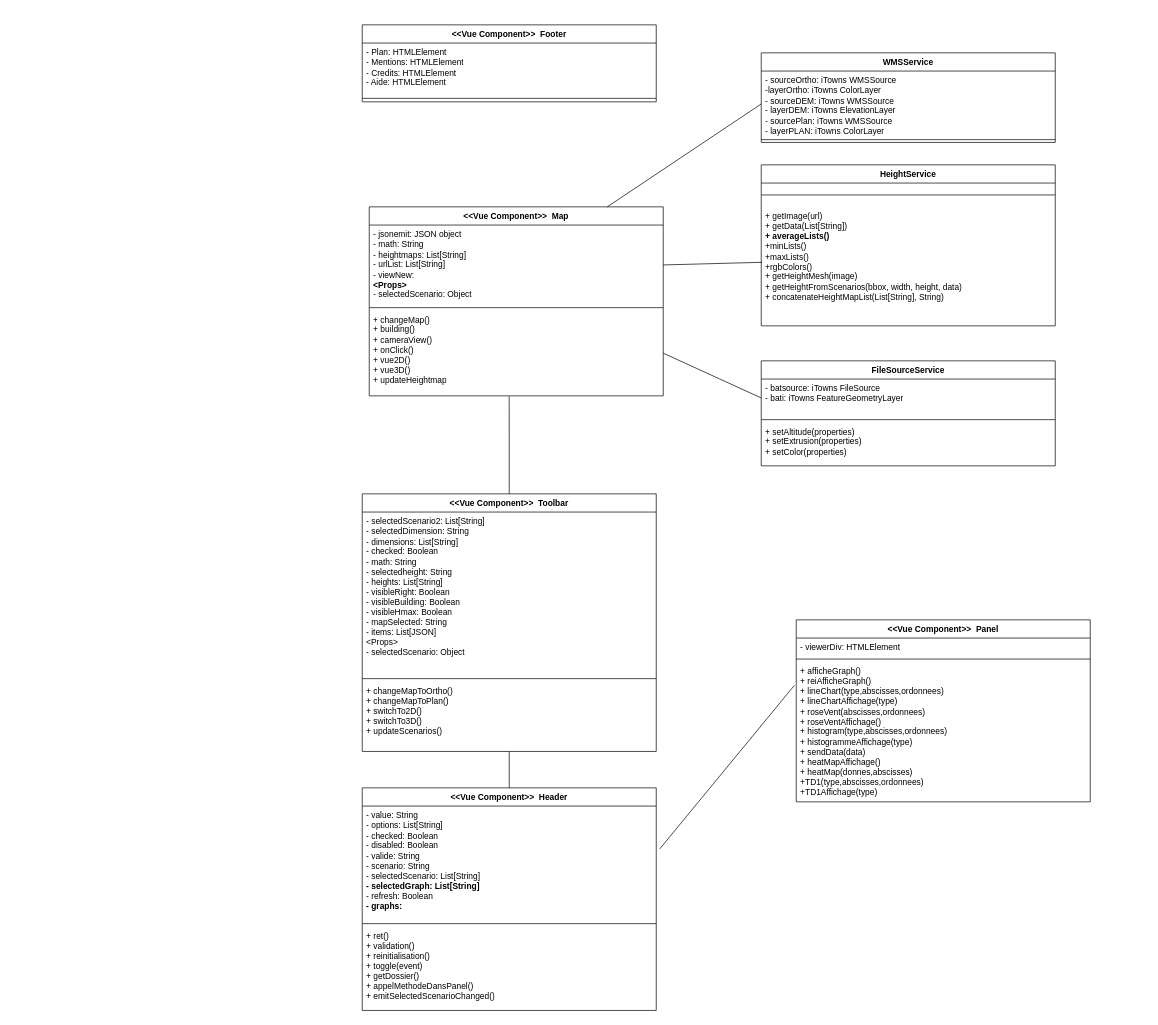
This is page "diagramme_classe" (1 of 8) of UML_diagrams.drawio from IlonaBaran/oracles, a draw.io file, before an edit. Source tidied: cells renumbered, new cells numbered last; positions are measured from the earlier drawing's top-left corner, leaving out a move shared by most shapes. Both pictures are drawn from the tidied source at 70%, with x=0, y=0 at pixel (362, 24).
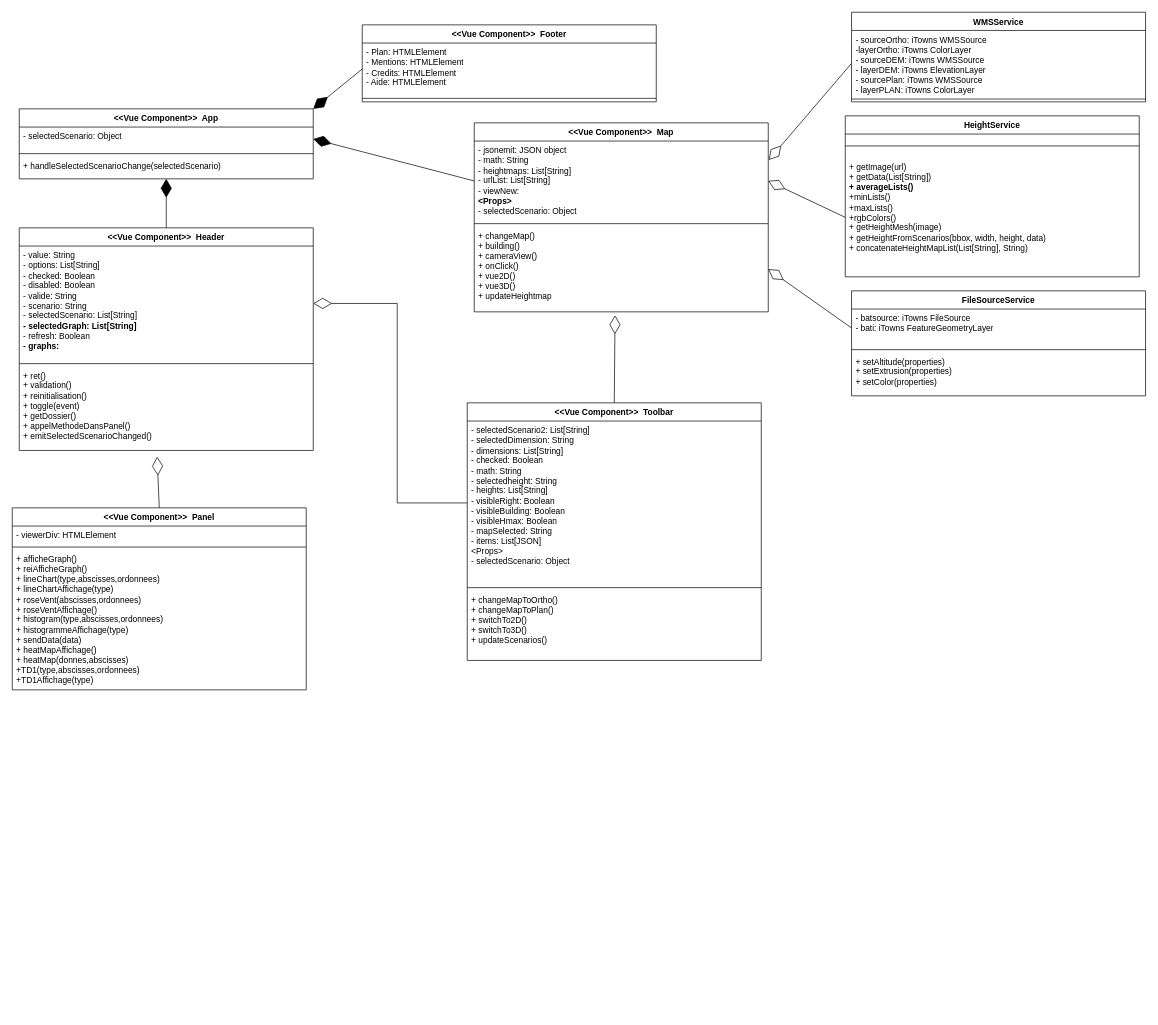
After the change.

Unchanged cells that the change refers to:
```xml
<mxCell id="3" value="- Plan: HTMLElement&lt;br&gt;- Mentions: HTMLElement&lt;br&gt;- Credits: HTMLElement&lt;br&gt;- Aide: HTMLElement" style="text;strokeColor=none;fillColor=none;align=left;verticalAlign=top;spacingLeft=4;spacingRight=4;overflow=hidden;points=[[0,0.5],[1,0.5]];portConstraint=eastwest;whiteSpace=wrap;html=1;" parent="2" vertex="1">
  <mxGeometry y="26" width="420" height="74" as="geometry" />
</mxCell>
<mxCell id="6" value="- value: String&lt;br&gt;- options: List[String]&lt;br&gt;- checked: Boolean&lt;br&gt;- disabled: Boolean&lt;br&gt;- valide: String&lt;br&gt;- scenario: String&lt;br&gt;- selectedScenario: List[String]&lt;br&gt;&lt;b&gt;- selectedGraph: List[String]&lt;br&gt;&lt;/b&gt;- refresh: Boolean&lt;br&gt;&lt;b&gt;- graphs:&amp;nbsp;&lt;/b&gt;" style="text;strokeColor=none;fillColor=none;align=left;verticalAlign=top;spacingLeft=4;spacingRight=4;overflow=hidden;points=[[0,0.5],[1,0.5]];portConstraint=eastwest;whiteSpace=wrap;html=1;" parent="5" vertex="1">
  <mxGeometry y="26" width="420" height="164" as="geometry" />
</mxCell>
<mxCell id="8" value="+ ret()&lt;br&gt;+ validation()&lt;br&gt;+ reinitialisation()&lt;br&gt;+ toggle(event)&lt;br&gt;+ getDossier()&lt;br&gt;+ appelMethodeDansPanel()&lt;br&gt;+ emitSelectedScenarioChanged()" style="text;strokeColor=none;fillColor=none;align=left;verticalAlign=top;spacingLeft=4;spacingRight=4;overflow=hidden;points=[[0,0.5],[1,0.5]];portConstraint=eastwest;whiteSpace=wrap;html=1;" parent="5" vertex="1">
  <mxGeometry y="198" width="420" height="120" as="geometry" />
</mxCell>
<mxCell id="10" value="- jsonemit: JSON object&lt;br&gt;- math: String&lt;br&gt;- heightmaps: List[String]&lt;br&gt;- urlList: List[String]&lt;br&gt;- viewNew:&lt;br&gt;&lt;b&gt;&amp;lt;Props&amp;gt;&lt;br&gt;&lt;/b&gt;- selectedScenario: Object" style="text;strokeColor=none;fillColor=none;align=left;verticalAlign=top;spacingLeft=4;spacingRight=4;overflow=hidden;points=[[0,0.5],[1,0.5]];portConstraint=eastwest;whiteSpace=wrap;html=1;" parent="9" vertex="1">
  <mxGeometry y="26" width="420" height="114" as="geometry" />
</mxCell>
<mxCell id="12" value="+ changeMap()&lt;br&gt;+ building()&lt;br&gt;+ cameraView()&lt;br&gt;+ onClick()&lt;br&gt;+ vue2D()&lt;br&gt;+ vue3D()&lt;br&gt;+ updateHeightmap" style="text;strokeColor=none;fillColor=none;align=left;verticalAlign=top;spacingLeft=4;spacingRight=4;overflow=hidden;points=[[0,0.5],[1,0.5]];portConstraint=eastwest;whiteSpace=wrap;html=1;" parent="9" vertex="1">
  <mxGeometry y="148" width="420" height="122" as="geometry" />
</mxCell>
<mxCell id="16" value="+ afficheGraph()&lt;br&gt;+ reiAfficheGraph()&lt;br&gt;+ lineChart(type,abscisses,ordonnees)&lt;br&gt;+ lineChartAffichage(type)&lt;br&gt;+ roseVent(abscisses,ordonnees)&lt;br&gt;+ roseVentAffichage()&lt;br&gt;+ histogram(type,abscisses,ordonnees)&lt;br&gt;+ histogrammeAffichage(type)&lt;br&gt;+ sendData(data)&lt;br&gt;+ heatMapAffichage()&lt;br&gt;+ heatMap(donnes,abscisses)&lt;br&gt;+TD1(type,abscisses,ordonnees)&lt;br&gt;+TD1Affichage(type)" style="text;strokeColor=none;fillColor=none;align=left;verticalAlign=top;spacingLeft=4;spacingRight=4;overflow=hidden;points=[[0,0.5],[1,0.5]];portConstraint=eastwest;whiteSpace=wrap;html=1;" parent="13" vertex="1">
  <mxGeometry y="60" width="420" height="200" as="geometry" />
</mxCell>
<mxCell id="18" value="- selectedScenario2: List[String]&lt;br&gt;- selectedDimension: String&lt;br&gt;- dimensions: List[String]&lt;br&gt;- checked: Boolean&lt;br&gt;- math: String&lt;br&gt;- selectedheight: String&lt;br&gt;- heights: List[String]&lt;br&gt;- visibleRight: Boolean&lt;br&gt;- visibleBuilding: Boolean&lt;br&gt;- visibleHmax: Boolean&lt;br&gt;- mapSelected: String&lt;br&gt;- items: List[JSON]&lt;br&gt;&amp;lt;Props&amp;gt;&lt;br&gt;- selectedScenario: Object" style="text;strokeColor=none;fillColor=none;align=left;verticalAlign=top;spacingLeft=4;spacingRight=4;overflow=hidden;points=[[0,0.5],[1,0.5]];portConstraint=eastwest;whiteSpace=wrap;html=1;" parent="17" vertex="1">
  <mxGeometry y="26" width="420" height="234" as="geometry" />
</mxCell>
<mxCell id="20" value="+ changeMapToOrtho()&lt;br&gt;+ changeMapToPlan()&lt;br&gt;+ switchTo2D()&lt;br&gt;+ switchTo3D()&lt;br&gt;+ updateScenarios()" style="text;strokeColor=none;fillColor=none;align=left;verticalAlign=top;spacingLeft=4;spacingRight=4;overflow=hidden;points=[[0,0.5],[1,0.5]];portConstraint=eastwest;whiteSpace=wrap;html=1;" parent="17" vertex="1">
  <mxGeometry y="268" width="420" height="100" as="geometry" />
</mxCell>
<mxCell id="22" value="- batsource: iTowns FileSource&amp;nbsp;&lt;br&gt;- bati: iTowns FeatureGeometryLayer" style="text;strokeColor=none;fillColor=none;align=left;verticalAlign=top;spacingLeft=4;spacingRight=4;overflow=hidden;points=[[0,0.5],[1,0.5]];portConstraint=eastwest;whiteSpace=wrap;html=1;" parent="21" vertex="1">
  <mxGeometry y="26" width="420" height="54" as="geometry" />
</mxCell>
<mxCell id="26" value="- sourceOrtho: iTowns WMSSource&lt;br&gt;-layerOrtho: iTowns ColorLayer&lt;br&gt;- sourceDEM: iTowns WMSSource&lt;br&gt;- layerDEM: iTowns ElevationLayer&lt;br&gt;- sourcePlan: iTowns WMSSource&lt;br&gt;- layerPLAN: iTowns ColorLayer" style="text;strokeColor=none;fillColor=none;align=left;verticalAlign=top;spacingLeft=4;spacingRight=4;overflow=hidden;points=[[0,0.5],[1,0.5]];portConstraint=eastwest;whiteSpace=wrap;html=1;" parent="25" vertex="1">
  <mxGeometry y="26" width="420" height="94" as="geometry" />
</mxCell>
<mxCell id="30" value="+ getImage(url)&lt;br&gt;+ getData(List[String])&lt;br&gt;&lt;b&gt;+ averageLists()&lt;br&gt;&lt;/b&gt;+minLists()&lt;br&gt;+maxLists()&lt;br&gt;+rgbColors()&lt;br&gt;+ getHeightMesh(image)&lt;br&gt;+ getHeightFromScenarios(bbox, width, height, data)&lt;br&gt;+ concatenateHeightMapList(List[String], String)" style="text;strokeColor=none;fillColor=none;align=left;verticalAlign=top;spacingLeft=4;spacingRight=4;overflow=hidden;points=[[0,0.5],[1,0.5]];portConstraint=eastwest;whiteSpace=wrap;html=1;" parent="28" vertex="1">
  <mxGeometry y="60" width="420" height="170" as="geometry" />
</mxCell>
```

Change to the diagram source:
```diff
@@
     <mxCell id="5" value="&amp;lt;&amp;lt;Vue Component&amp;gt;&amp;gt;&amp;nbsp; Header" style="swimlane;fontStyle=1;align=center;verticalAlign=top;horizontal=1;startSize=26;whiteSpace=wrap;html=1;" parent="1" vertex="1">
-      <mxGeometry y="1090" width="420" height="318" as="geometry" />
+      <mxGeometry x="-490" y="290" width="420" height="318" as="geometry" />
     </mxCell>
@@
     <mxCell id="9" value="&amp;lt;&amp;lt;Vue Component&amp;gt;&amp;gt;&amp;nbsp; Map" style="swimlane;fontStyle=1;align=center;verticalAlign=top;horizontal=1;startSize=26;whiteSpace=wrap;html=1;" parent="1" vertex="1">
-      <mxGeometry x="10" y="260" width="420" height="270" as="geometry" />
+      <mxGeometry x="160" y="140" width="420" height="270" as="geometry" />
     </mxCell>
@@
     <mxCell id="13" value="&amp;lt;&amp;lt;Vue Component&amp;gt;&amp;gt;&amp;nbsp; Panel" style="swimlane;fontStyle=1;align=center;verticalAlign=top;horizontal=1;startSize=26;whiteSpace=wrap;html=1;" parent="1" vertex="1">
-      <mxGeometry x="620" y="850" width="420" height="260" as="geometry" />
+      <mxGeometry x="-500" y="690" width="420" height="260" as="geometry" />
     </mxCell>
@@
     <mxCell id="17" value="&amp;lt;&amp;lt;Vue Component&amp;gt;&amp;gt;&amp;nbsp; Toolbar" style="swimlane;fontStyle=1;align=center;verticalAlign=top;horizontal=1;startSize=26;whiteSpace=wrap;html=1;" parent="1" vertex="1">
-      <mxGeometry y="670" width="420" height="368" as="geometry" />
+      <mxGeometry x="150" y="540" width="420" height="368" as="geometry" />
     </mxCell>
@@
     <mxCell id="21" value="FileSourceService" style="swimlane;fontStyle=1;align=center;verticalAlign=top;horizontal=1;startSize=26;whiteSpace=wrap;html=1;" parent="1" vertex="1">
-      <mxGeometry x="570" y="480" width="420" height="150" as="geometry" />
+      <mxGeometry x="699" y="380" width="420" height="150" as="geometry" />
     </mxCell>
@@
     <mxCell id="25" value="WMSService" style="swimlane;fontStyle=1;align=center;verticalAlign=top;horizontal=1;startSize=26;whiteSpace=wrap;html=1;" parent="1" vertex="1">
-      <mxGeometry x="570" y="40" width="420" height="128" as="geometry" />
+      <mxGeometry x="699" y="-18" width="420" height="128" as="geometry" />
     </mxCell>
@@
     <mxCell id="28" value="HeightService" style="swimlane;fontStyle=1;align=center;verticalAlign=top;horizontal=1;startSize=26;whiteSpace=wrap;html=1;" parent="1" vertex="1">
-      <mxGeometry x="570" y="200" width="420" height="230" as="geometry" />
+      <mxGeometry x="690" y="130" width="420" height="230" as="geometry" />
     </mxCell>
@@
-    <mxCell id="31" style="endArrow=none;html=1;rounded=0;entryX=0;entryY=0.5;entryDx=0;entryDy=0;" parent="1" edge="1" target="26">
-      <mxGeometry relative="1" as="geometry">
-        <mxPoint x="350" y="260" as="sourcePoint" />
-      </mxGeometry>
-    </mxCell>
-    <mxCell id="32" style="endArrow=none;html=1;rounded=0;exitX=1;exitY=0.5;exitDx=0;exitDy=0;entryX=0.003;entryY=0.466;entryDx=0;entryDy=0;entryPerimeter=0;" parent="1" edge="1" source="10" target="30">
-      <mxGeometry relative="1" as="geometry" />
-    </mxCell>
-    <mxCell id="33" style="endArrow=none;html=1;rounded=0;exitX=1;exitY=0.5;exitDx=0;exitDy=0;entryX=0;entryY=0.5;entryDx=0;entryDy=0;" parent="1" edge="1" source="12" target="22">
-      <mxGeometry relative="1" as="geometry" />
-    </mxCell>
-    <mxCell id="34" style="endArrow=none;html=1;rounded=0;exitX=1.012;exitY=0.373;exitDx=0;exitDy=0;exitPerimeter=0;entryX=-0.006;entryY=0.167;entryDx=0;entryDy=0;entryPerimeter=0;" parent="1" edge="1" source="6" target="16">
-      <mxGeometry relative="1" as="geometry" />
-    </mxCell>
-    <mxCell id="35" style="endArrow=none;html=1;rounded=0;exitX=0.5;exitY=0;exitDx=0;exitDy=0;" parent="1" edge="1" source="5" target="20">
-      <mxGeometry relative="1" as="geometry" />
-    </mxCell>
+    <mxCell id="37" value="&amp;lt;&amp;lt;Vue Component&amp;gt;&amp;gt;&amp;nbsp; App" style="swimlane;fontStyle=1;align=center;verticalAlign=top;horizontal=1;startSize=26;whiteSpace=wrap;html=1;" parent="1" vertex="1">
+      <mxGeometry x="-490" y="120" width="420" height="100" as="geometry" />
+    </mxCell>
+    <mxCell id="38" value="- selectedScenario: Object" style="text;strokeColor=none;fillColor=none;align=left;verticalAlign=top;spacingLeft=4;spacingRight=4;overflow=hidden;points=[[0,0.5],[1,0.5]];portConstraint=eastwest;whiteSpace=wrap;html=1;" parent="37" vertex="1">
+      <mxGeometry y="26" width="420" height="34" as="geometry" />
+    </mxCell>
+    <mxCell id="39" style="line;strokeWidth=1;fillColor=none;align=left;verticalAlign=middle;spacingTop=-1;spacingLeft=3;spacingRight=3;labelPosition=right;strokeColor=inherit;" parent="37" vertex="1">
+      <mxGeometry y="60" width="420" height="8" as="geometry" />
+    </mxCell>
+    <mxCell id="40" value="+ handleSelectedScenarioChange(selectedScenario)" style="text;strokeColor=none;fillColor=none;align=left;verticalAlign=top;spacingLeft=4;spacingRight=4;overflow=hidden;points=[[0,0.5],[1,0.5]];portConstraint=eastwest;whiteSpace=wrap;html=1;" parent="37" vertex="1">
+      <mxGeometry y="68" width="420" height="32" as="geometry" />
+    </mxCell>
+    <mxCell id="41" style="endArrow=diamondThin;endFill=1;endSize=24;html=1;rounded=0;entryX=1;entryY=0;entryDx=0;entryDy=0;exitX=0;exitY=0.5;exitDx=0;exitDy=0;" parent="1" edge="1" source="3" target="37">
+      <mxGeometry relative="1" as="geometry" />
+    </mxCell>
+    <mxCell id="42" style="endArrow=diamondThin;endFill=1;endSize=24;html=1;rounded=0;entryX=1;entryY=0.5;entryDx=0;entryDy=0;exitX=0;exitY=0.5;exitDx=0;exitDy=0;" parent="1" edge="1" source="10" target="38">
+      <mxGeometry relative="1" as="geometry" />
+    </mxCell>
+    <mxCell id="43" style="endArrow=diamondThin;endFill=1;endSize=24;html=1;rounded=0;exitX=0.5;exitY=0;exitDx=0;exitDy=0;" parent="1" edge="1" source="5" target="40">
+      <mxGeometry relative="1" as="geometry" />
+    </mxCell>
+    <mxCell id="44" style="endArrow=diamondThin;endFill=0;endSize=24;html=1;rounded=0;entryX=1;entryY=0.5;entryDx=0;entryDy=0;exitX=0;exitY=0.5;exitDx=0;exitDy=0;" parent="1" edge="1" source="18" target="6">
+      <mxGeometry relative="1" as="geometry">
+        <Array as="points">
+          <mxPoint x="50" y="683" />
+          <mxPoint x="50" y="398" />
+        </Array>
+      </mxGeometry>
+    </mxCell>
-    <mxCell id="36" style="endArrow=none;html=1;rounded=0;exitX=0.5;exitY=0;exitDx=0;exitDy=0;entryX=0.476;entryY=1.006;entryDx=0;entryDy=0;entryPerimeter=0;" parent="1" edge="1" source="17" target="12">
+    <mxCell id="36" style="endArrow=diamondThin;endFill=0;endSize=24;html=1;rounded=0;exitX=0.5;exitY=0;exitDx=0;exitDy=0;entryX=0.479;entryY=1.041;entryDx=0;entryDy=0;entryPerimeter=0;" parent="1" edge="1" source="17" target="12">
       <mxGeometry relative="1" as="geometry" />
     </mxCell>
+    <mxCell id="45" style="endArrow=diamondThin;endFill=0;endSize=24;html=1;rounded=0;entryX=1.002;entryY=0.237;entryDx=0;entryDy=0;entryPerimeter=0;exitX=0;exitY=0.5;exitDx=0;exitDy=0;" parent="1" edge="1" source="26" target="10">
+      <mxGeometry relative="1" as="geometry" />
+    </mxCell>
+    <mxCell id="46" style="endArrow=diamondThin;endFill=0;endSize=24;html=1;rounded=0;entryX=1;entryY=0.5;entryDx=0;entryDy=0;exitX=0;exitY=0.5;exitDx=0;exitDy=0;" parent="1" edge="1" source="30" target="10">
+      <mxGeometry relative="1" as="geometry" />
+    </mxCell>
+    <mxCell id="47" style="endArrow=diamondThin;endFill=0;endSize=24;html=1;rounded=0;entryX=1;entryY=0.5;entryDx=0;entryDy=0;exitX=0;exitY=0.5;exitDx=0;exitDy=0;" parent="1" edge="1" source="22" target="12">
+      <mxGeometry relative="1" as="geometry" />
+    </mxCell>
+    <mxCell id="48" style="endArrow=diamondThin;endFill=0;endSize=24;html=1;rounded=0;entryX=0.469;entryY=1.075;entryDx=0;entryDy=0;entryPerimeter=0;exitX=0.5;exitY=0;exitDx=0;exitDy=0;" parent="1" edge="1" source="13" target="8">
+      <mxGeometry relative="1" as="geometry" />
+    </mxCell>
```
